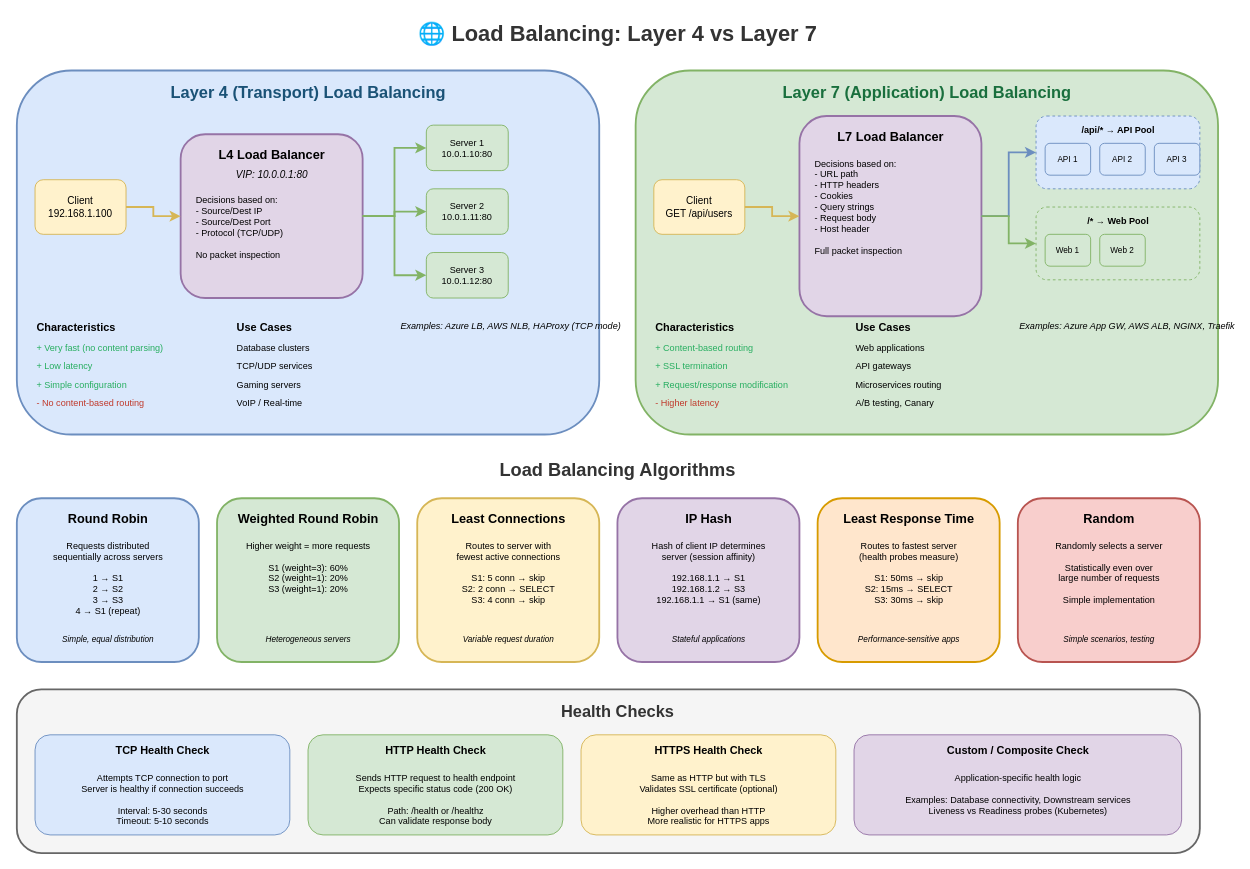
Before: lesson-07-networking/diagrams/3.1-load-balancing-types.drawio in MrParkerZ7/document-lesson-software-architect-x-claude, a draw.io diagram. Source tidied: cells renumbered, new cells numbered last; positions are measured from the earlier drawing's top-left corner, leaving out a move shared by most shapes. Both pictures are drawn from the tidied source at 91%, with x=0, y=0 at pixel (16, 15).
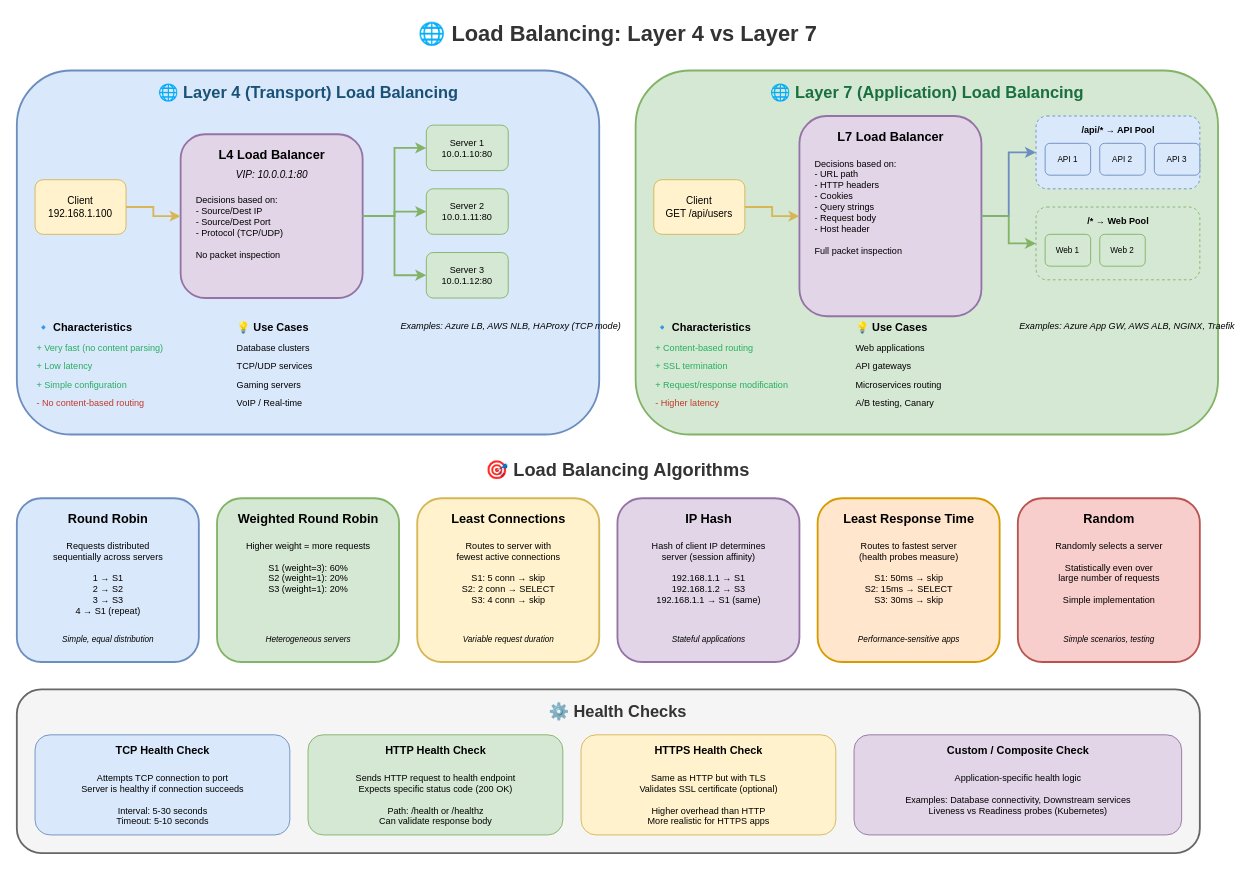
After the change.

What changed in the source:
```diff
@@
-    <mxCell id="4" value="Layer 4 (Transport) Load Balancing" style="text;html=1;strokeColor=none;fillColor=none;align=center;verticalAlign=middle;fontSize=18;fontStyle=1;fontColor=#1a5276;" parent="1" vertex="1">
+    <mxCell id="4" value="🌐 Layer 4 (Transport) Load Balancing" style="text;html=1;strokeColor=none;fillColor=none;align=center;verticalAlign=middle;fontSize=18;fontStyle=1;fontColor=#1a5276;" parent="1" vertex="1">
       <mxGeometry x="120" y="70" width="400" height="30" as="geometry" />
     </mxCell>
@@
-    <mxCell id="17" value="Characteristics" style="text;html=1;strokeColor=none;fillColor=none;align=left;verticalAlign=middle;fontSize=12;fontStyle=1;" parent="1" vertex="1">
+    <mxCell id="17" value="🔹 Characteristics" style="text;html=1;strokeColor=none;fillColor=none;align=left;verticalAlign=middle;fontSize=12;fontStyle=1;" parent="1" vertex="1">
       <mxGeometry x="20" y="330" width="120" height="25" as="geometry" />
     </mxCell>
@@
-    <mxCell id="22" value="Use Cases" style="text;html=1;strokeColor=none;fillColor=none;align=left;verticalAlign=middle;fontSize=12;fontStyle=1;" parent="1" vertex="1">
+    <mxCell id="22" value="💡 Use Cases" style="text;html=1;strokeColor=none;fillColor=none;align=left;verticalAlign=middle;fontSize=12;fontStyle=1;" parent="1" vertex="1">
       <mxGeometry x="240" y="330" width="100" height="25" as="geometry" />
     </mxCell>
@@
-    <mxCell id="29" value="Layer 7 (Application) Load Balancing" style="text;html=1;strokeColor=none;fillColor=none;align=center;verticalAlign=middle;fontSize=18;fontStyle=1;fontColor=#196f3d;" parent="1" vertex="1">
+    <mxCell id="29" value="🌐 Layer 7 (Application) Load Balancing" style="text;html=1;strokeColor=none;fillColor=none;align=center;verticalAlign=middle;fontSize=18;fontStyle=1;fontColor=#196f3d;" parent="1" vertex="1">
       <mxGeometry x="800" y="70" width="400" height="30" as="geometry" />
     </mxCell>
@@
-    <mxCell id="46" value="Characteristics" style="text;html=1;strokeColor=none;fillColor=none;align=left;verticalAlign=middle;fontSize=12;fontStyle=1;" parent="1" vertex="1">
+    <mxCell id="46" value="🔹 Characteristics" style="text;html=1;strokeColor=none;fillColor=none;align=left;verticalAlign=middle;fontSize=12;fontStyle=1;" parent="1" vertex="1">
       <mxGeometry x="700" y="330" width="120" height="25" as="geometry" />
     </mxCell>
@@
-    <mxCell id="51" value="Use Cases" style="text;html=1;strokeColor=none;fillColor=none;align=left;verticalAlign=middle;fontSize=12;fontStyle=1;" parent="1" vertex="1">
+    <mxCell id="51" value="💡 Use Cases" style="text;html=1;strokeColor=none;fillColor=none;align=left;verticalAlign=middle;fontSize=12;fontStyle=1;" parent="1" vertex="1">
       <mxGeometry x="920" y="330" width="100" height="25" as="geometry" />
     </mxCell>
@@
-    <mxCell id="57" value="Load Balancing Algorithms" style="text;html=1;strokeColor=none;fillColor=none;align=center;verticalAlign=middle;fontSize=20;fontStyle=1;fontColor=#333333;" parent="1" vertex="1">
+    <mxCell id="57" value="🎯 Load Balancing Algorithms" style="text;html=1;strokeColor=none;fillColor=none;align=center;verticalAlign=middle;fontSize=20;fontStyle=1;fontColor=#333333;" parent="1" vertex="1">
       <mxGeometry x="460" y="480" width="400" height="35" as="geometry" />
     </mxCell>
@@
-    <mxCell id="83" value="Health Checks" style="text;html=1;strokeColor=none;fillColor=none;align=center;verticalAlign=middle;fontSize=18;fontStyle=1;fontColor=#333333;" parent="1" vertex="1">
+    <mxCell id="83" value="⚙️ Health Checks" style="text;html=1;strokeColor=none;fillColor=none;align=center;verticalAlign=middle;fontSize=18;fontStyle=1;fontColor=#333333;" parent="1" vertex="1">
       <mxGeometry x="560" y="750" width="200" height="30" as="geometry" />
     </mxCell>
```
